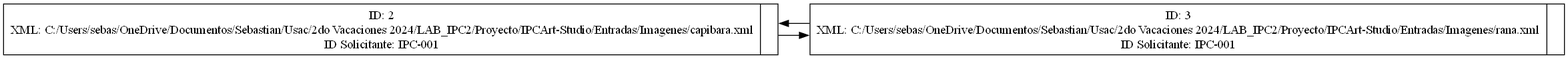
The Graphviz diagram reportes/Procesadas_ART-223.png in SebastianVelasquezValle/IPC2_ProyectoVD2024_-202300580, before a commit. Its source is kept beside it as reportesdot/Procesadas_ART-223.dot. The source it was exported from:
```dot
digraph G {
    rankdir=LR;
    node[shape=record, height=.1]
nodo0[label="{ID: 2\nXML: C:/Users/sebas/OneDrive/Documentos/Sebastian/Usac/2do Vacaciones 2024/LAB_IPC2/Proyecto/IPCArt-Studio/Entradas/Imagenes/capibara.xml\nID Solicitante: IPC-001|<f1>}"];
nodo1[label="{ID: 3\nXML: C:/Users/sebas/OneDrive/Documentos/Sebastian/Usac/2do Vacaciones 2024/LAB_IPC2/Proyecto/IPCArt-Studio/Entradas/Imagenes/rana.xml\nID Solicitante: IPC-001|<f1>}"];
nodo0 -> nodo1;
nodo1 -> nodo0[constraint=false];
}
```
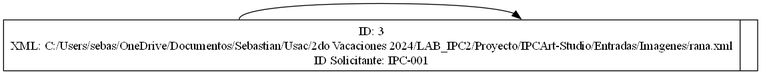
After the change.

Change to the diagram source:
```diff
@@ -1,8 +1,6 @@
 digraph G {
     rankdir=LR;
     node[shape=record, height=.1]
-nodo0[label="{ID: 2\nXML: C:/Users/sebas/OneDrive/Documentos/Sebastian/Usac/2do Vacaciones 2024/LAB_IPC2/Proyecto/IPCArt-Studio/Entradas/Imagenes/capibara.xml\nID Solicitante: IPC-001|<f1>}"];
-nodo1[label="{ID: 3\nXML: C:/Users/sebas/OneDrive/Documentos/Sebastian/Usac/2do Vacaciones 2024/LAB_IPC2/Proyecto/IPCArt-Studio/Entradas/Imagenes/rana.xml\nID Solicitante: IPC-001|<f1>}"];
-nodo0 -> nodo1;
-nodo1 -> nodo0[constraint=false];
+nodo0[label="{ID: 3\nXML: C:/Users/sebas/OneDrive/Documentos/Sebastian/Usac/2do Vacaciones 2024/LAB_IPC2/Proyecto/IPCArt-Studio/Entradas/Imagenes/rana.xml\nID Solicitante: IPC-001|<f1>}"];
+nodo0 -> nodo0[constraint=false];
 }
```
